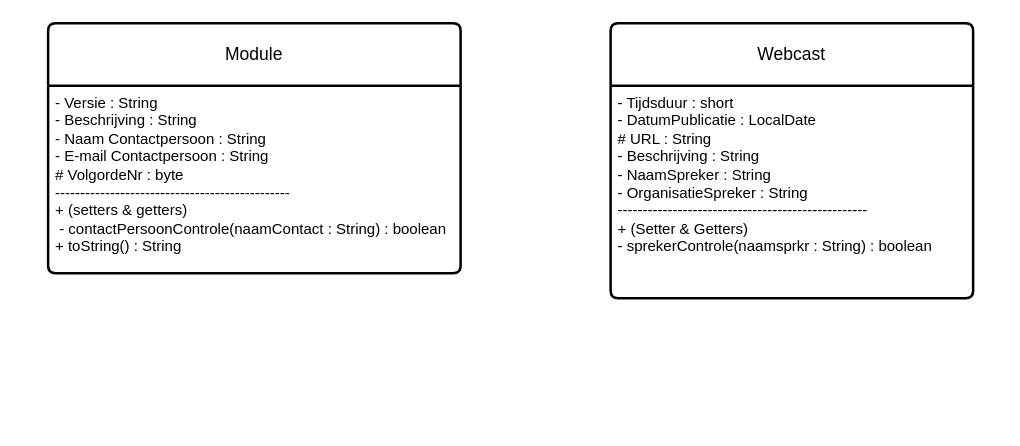
Above: Class Diagrammen/Module-Webcast-ClassDiagram.drawio in Avans2023-JGKJ/CodeAcademy-JGKJ (draw.io), before the change. Source tidied: cells renumbered, new cells numbered last; positions are measured from the earlier drawing's top-left corner, leaving out a move shared by most shapes. Both pictures are drawn from the tidied source at 125%, with x=0, y=0 at pixel (48, 22).
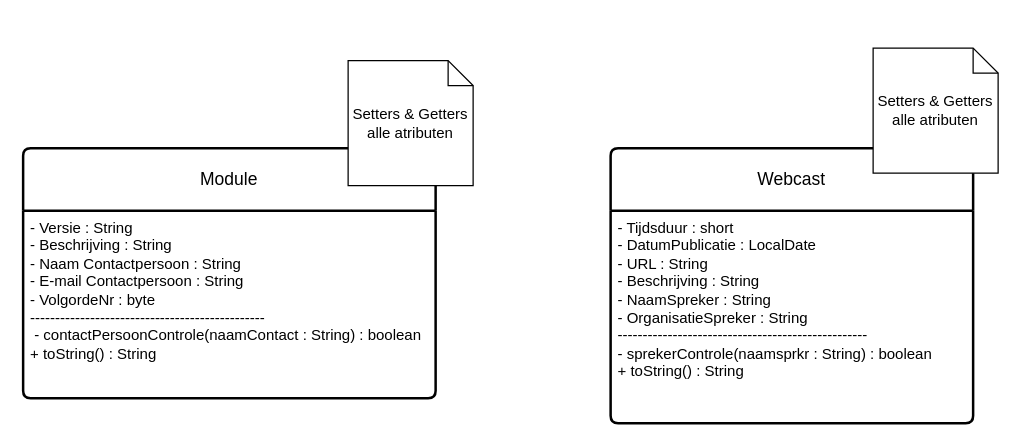
After the change.

Diff of the diagram source:
```diff
@@
 <mxGraphModel>
   <root>
     <mxCell id="0" />
     <mxCell id="1" parent="0" />
     <mxCell id="2" value="Module" style="swimlane;horizontal=1;startSize=50;rounded=1;fontSize=14;fontStyle=0;strokeWidth=2;shadow=0;align=center;arcSize=4;whiteSpace=wrap;html=1;" parent="1" vertex="1">
-      <mxGeometry width="330" height="200" as="geometry" />
+      <mxGeometry x="-20" y="100" width="330" height="200" as="geometry" />
     </mxCell>
-    <mxCell id="3" value="- Versie : String&lt;br&gt;- Beschrijving : String&lt;br&gt;- Naam Contactpersoon : String&lt;br&gt;- E-mail Contactpersoon : String&lt;br&gt;# VolgordeNr : byte&amp;nbsp;&lt;br&gt;-----------------------------------------------&lt;br&gt;+ (setters &amp;amp; getters)&lt;br&gt;&amp;nbsp;- contactPersoonControle(naamContact : String) : boolean&lt;br&gt;+ toString() : String" style="align=left;strokeColor=none;fillColor=none;spacingLeft=4;fontSize=12;verticalAlign=top;html=1;" parent="2" vertex="1">
+    <mxCell id="3" value="- Versie : String&lt;br&gt;- Beschrijving : String&lt;br&gt;- Naam Contactpersoon : String&lt;br&gt;- E-mail Contactpersoon : String&lt;br&gt;- VolgordeNr : byte&amp;nbsp;&lt;br&gt;-----------------------------------------------&lt;br&gt;&amp;nbsp;- contactPersoonControle(naamContact : String) : boolean&lt;br&gt;+ toString() : String" style="align=left;strokeColor=none;fillColor=none;spacingLeft=4;fontSize=12;verticalAlign=top;html=1;" parent="2" vertex="1">
       <mxGeometry y="50" width="330" height="150" as="geometry" />
     </mxCell>
     <mxCell id="4" value="Webcast" style="swimlane;horizontal=1;startSize=50;rounded=1;fontSize=14;fontStyle=0;strokeWidth=2;shadow=0;dashed=0;align=center;arcSize=4;whiteSpace=wrap;html=1;" parent="1" vertex="1">
-      <mxGeometry x="450" width="290" height="220" as="geometry" />
+      <mxGeometry x="450" y="100" width="290" height="220" as="geometry" />
     </mxCell>
-    <mxCell id="5" value="- Tijdsduur : short&lt;br&gt;- DatumPublicatie : LocalDate&lt;br&gt;# URL : String&lt;br&gt;- Beschrijving : String&lt;br&gt;- NaamSpreker : String&lt;br&gt;- OrganisatieSpreker : String&lt;br&gt;--------------------------------------------------&lt;br&gt;+ (Setter &amp;amp; Getters)&lt;br&gt;- sprekerControle(naamsprkr : String) : boolean" style="align=left;strokeColor=none;fillColor=none;spacingLeft=4;fontSize=12;verticalAlign=top;html=1;" parent="4" vertex="1">
+    <mxCell id="5" value="- Tijdsduur : short&lt;br&gt;- DatumPublicatie : LocalDate&lt;br&gt;- URL : String&lt;br&gt;- Beschrijving : String&lt;br&gt;- NaamSpreker : String&lt;br&gt;- OrganisatieSpreker : String&lt;br&gt;--------------------------------------------------&lt;br&gt;- sprekerControle(naamsprkr : String) : boolean&lt;br&gt;+ toString() : String" style="align=left;strokeColor=none;fillColor=none;spacingLeft=4;fontSize=12;verticalAlign=top;html=1;" parent="4" vertex="1">
       <mxGeometry y="50" width="290" height="170" as="geometry" />
     </mxCell>
+    <mxCell id="6" value="Setters &amp;amp; Getters alle atributen" style="shape=note;size=20;whiteSpace=wrap;html=1;" parent="1" vertex="1">
+      <mxGeometry x="240" y="30" width="100" height="100" as="geometry" />
+    </mxCell>
+    <mxCell id="7" value="Setters &amp;amp; Getters alle atributen" style="shape=note;size=20;whiteSpace=wrap;html=1;" parent="1" vertex="1">
+      <mxGeometry x="660" y="20" width="100" height="100" as="geometry" />
+    </mxCell>
   </root>
 </mxGraphModel>
```
